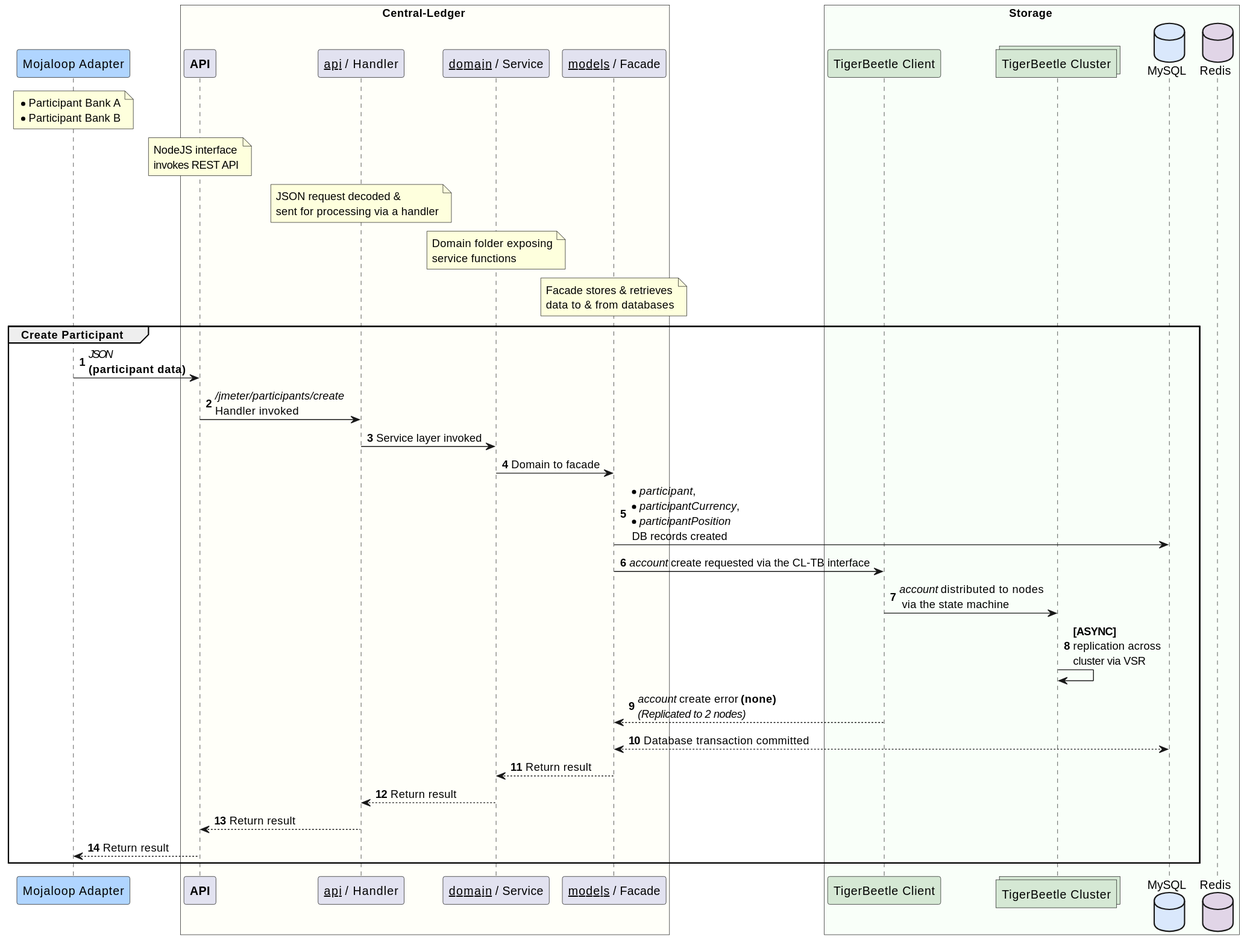
Above: solution_design/sequence-participant-tb-enabled-create.svg in coilhq/mucoa (PlantUML), before the change.
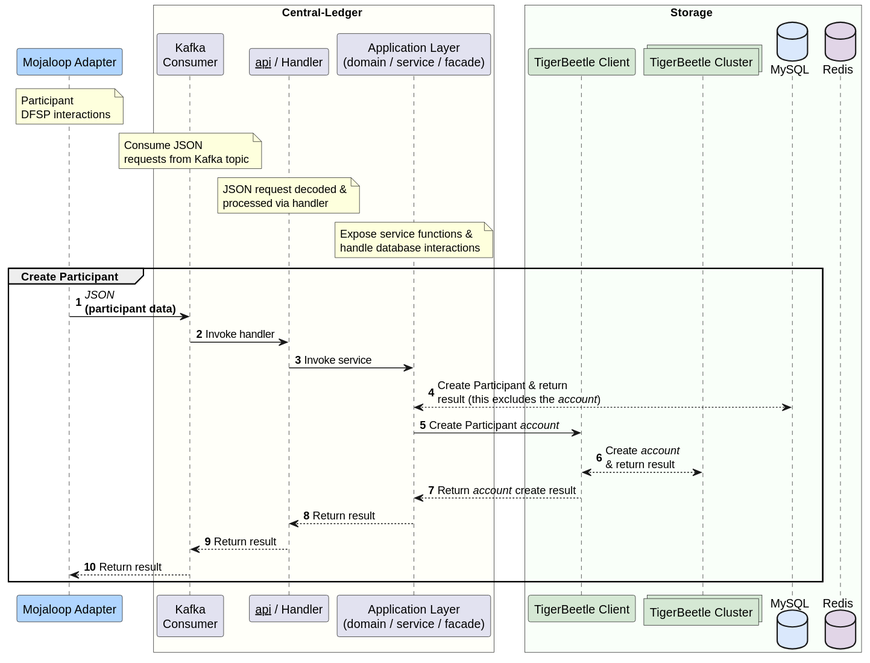
After the change.

Change to the diagram source:
```diff
@@ -2,35 +2,29 @@
 
 participant "Mojaloop Adapter" as dfsp #B0D5FF
 note over dfsp
-    * Participant Bank A
-    * Participant Bank B
+    Participant
+    DFSP interactions
 end note
 
 box Central-Ledger #FFFFF9
-    participant "**API**" as cl_api
-    participant "__api__ / Handler" as cl_handler
-    participant "__domain__ / Service" as cl_domain
-    participant "__models__ / Facade" as cl_facade
+    participant "Kafka\nConsumer" as cl_consume_kafka
+        participant "__api__ / Handler" as cl_handler
+        participant "Application Layer\n(domain / service / facade)" as cl_domain
 
-    note over cl_api
-        NodeJS interface
-        invokes REST API
-    end note
+        note over cl_consume_kafka
+            Consume JSON
+            requests from Kafka topic
+        end note
 
-    note over cl_handler
-        JSON request decoded &
-        sent for processing via a handler
-    end note
+        note over cl_handler
+            JSON request decoded &
+            processed via handler
+        end note
 
-    note over cl_domain
-        Domain folder exposing
-        service functions
-    end note
-
-    note over cl_facade
-        Facade stores & retrieves
-        data to & from databases
-    end note
+        note over cl_domain
+            Expose service functions &
+            handle database interactions
+        end note
 end box
 
 box Storage #F9FFF9
@@ -42,20 +36,16 @@
 
 autonumber
 group Create Participant
-    dfsp -> cl_api : //JSON// \n**(participant data)**
-    cl_api -> cl_handler : ///jmeter/participants/create// \nHandler invoked
-    cl_handler -> cl_domain : Service layer invoked
-    cl_domain -> cl_facade : Domain to facade
-    cl_facade -> cl_db : *//participant//, \n*//participantCurrency//, \n*//participantPosition// \n DB records created
-    cl_facade -> tb_client : //account// create requested via the CL-TB interface
-    tb_client -> tb_nodes : //account// distributed to nodes\n via the state machine
-    tb_nodes -> tb_nodes : **[ASYNC]**\nreplication across \ncluster via VSR
-    tb_client --> cl_facade : //account// create error **(none)**\n//(Replicated to 2 nodes)//
-    cl_db <--> cl_facade : Database transaction committed
-    cl_facade --> cl_domain : Return result
+    dfsp -> cl_consume_kafka : //JSON// \n**(participant data)**
+    cl_consume_kafka -> cl_handler : Invoke handler
+    cl_handler -> cl_domain : Invoke service
+    cl_domain <--> cl_db : Create Participant & return \nresult (this excludes the //account//)
+    cl_domain -> tb_client : Create Participant //account//
+    tb_client <--> tb_nodes : Create //account// \n& return result
+    tb_client --> cl_domain : Return //account// create result
     cl_domain --> cl_handler : Return result
-    cl_handler --> cl_api : Return result
-    cl_api --> dfsp : Return result
+    cl_handler --> cl_consume_kafka : Return result
+    cl_consume_kafka --> dfsp : Return result
 end
 
 @enduml
```
